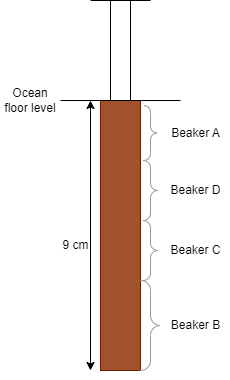
The draw.io diagram Project_IMAU/Journal/Images/Core schematic.png in e-debie/experimental_research_project, before a commit. Source tidied: cells renumbered, new cells last; positions are measured from the earlier drawing's top-left corner, leaving out a move shared by most shapes.
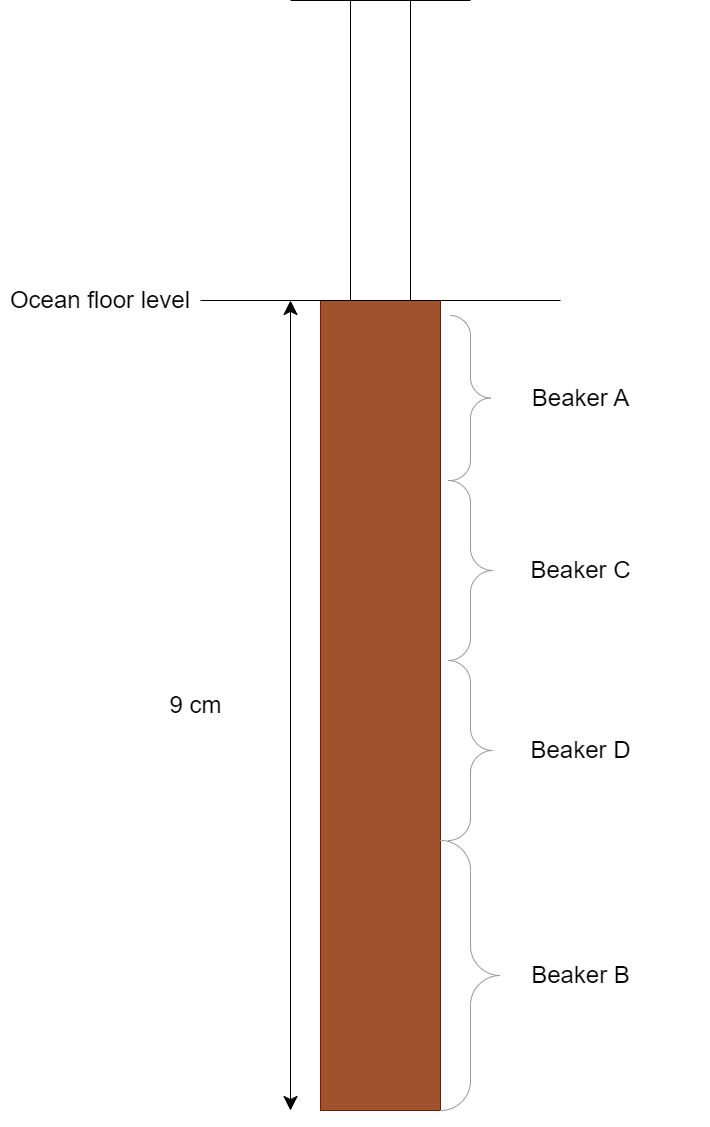
Later version of the same file.

The edit, as a diff of the source:
```diff
@@ -2,62 +2,65 @@
   <root>
     <mxCell id="0" />
     <mxCell id="1" parent="0" />
+    <mxCell id="18" style="group;" parent="1" vertex="1">
+      <mxGeometry width="690" height="1110" as="geometry" />
+    </mxCell>
-    <mxCell id="2" style="edgeStyle=orthogonalEdgeStyle;rounded=0;jettySize=auto;html=1;" parent="1" edge="1" source="3" target="7">
+    <mxCell id="2" style="edgeStyle=orthogonalEdgeStyle;rounded=0;jettySize=auto;html=1;" parent="18" edge="1" source="3" target="7">
       <mxGeometry relative="1" as="geometry" />
     </mxCell>
-    <mxCell id="3" style="rounded=0;whiteSpace=wrap;html=1;fillColor=#a0522d;strokeColor=#6D1F00;fontColor=#ffffff;" parent="1" vertex="1">
-      <mxGeometry x="100" y="100" width="40" height="270" as="geometry" />
+    <mxCell id="3" style="rounded=0;whiteSpace=wrap;html=1;fillColor=#a0522d;strokeColor=#6D1F00;fontColor=#ffffff;" parent="18" vertex="1">
+      <mxGeometry x="300" y="300" width="120" height="810" as="geometry" />
     </mxCell>
-    <mxCell id="4" style="endArrow=classic;startArrow=classic;html=1;rounded=0;" parent="1" edge="1">
+    <mxCell id="4" style="endArrow=classic;startArrow=classic;html=1;rounded=0;endSize=12;startSize=12;" parent="18" edge="1">
       <mxGeometry relative="1" as="geometry">
-        <mxPoint x="90" y="370" as="sourcePoint" />
-        <mxPoint x="90" y="100" as="targetPoint" />
+        <mxPoint x="270" y="1110" as="sourcePoint" />
+        <mxPoint x="270" y="300" as="targetPoint" />
       </mxGeometry>
     </mxCell>
-    <mxCell id="5" value="9 cm" style="text;html=1;align=center;verticalAlign=middle;strokeColor=none;fillColor=none;" parent="1" vertex="1">
-      <mxGeometry x="50" y="230" width="50" height="30" as="geometry" />
+    <mxCell id="5" value="&lt;font style=&quot;font-size: 24px;&quot;&gt;9 cm&lt;/font&gt;" style="text;html=1;align=center;verticalAlign=middle;strokeColor=none;fillColor=none;" parent="18" vertex="1">
+      <mxGeometry x="135" y="685" width="80" height="40" as="geometry" />
     </mxCell>
-    <mxCell id="6" style="endArrow=none;html=1;rounded=0;" parent="1" edge="1">
+    <mxCell id="6" style="endArrow=none;html=1;rounded=0;" parent="18" edge="1">
       <mxGeometry relative="1" as="geometry">
-        <mxPoint x="60" y="100" as="sourcePoint" />
-        <mxPoint x="180" y="100" as="targetPoint" />
+        <mxPoint x="180" y="300" as="sourcePoint" />
+        <mxPoint x="540" y="300" as="targetPoint" />
       </mxGeometry>
     </mxCell>
-    <mxCell id="7" style="rounded=0;whiteSpace=wrap;html=1;" parent="1" vertex="1">
-      <mxGeometry x="110" width="20" height="100" as="geometry" />
+    <mxCell id="7" style="rounded=0;whiteSpace=wrap;html=1;" parent="18" vertex="1">
+      <mxGeometry x="330" width="60" height="300" as="geometry" />
     </mxCell>
-    <mxCell id="8" style="endArrow=none;html=1;rounded=0;" parent="1" edge="1">
+    <mxCell id="8" style="endArrow=none;html=1;rounded=0;" parent="18" edge="1">
       <mxGeometry relative="1" as="geometry">
-        <mxPoint x="90" as="sourcePoint" />
-        <mxPoint x="150" as="targetPoint" />
+        <mxPoint x="270" as="sourcePoint" />
+        <mxPoint x="450" as="targetPoint" />
       </mxGeometry>
     </mxCell>
-    <mxCell id="9" style="labelPosition=right;align=left;strokeWidth=1;shape=mxgraph.mockup.markup.curlyBrace;html=1;shadow=0;dashed=0;strokeColor=#999999;direction=north;flipH=1;" parent="1" vertex="1">
-      <mxGeometry x="140" y="280" width="20" height="90" as="geometry" />
+    <mxCell id="9" style="labelPosition=right;align=left;strokeWidth=1;shape=mxgraph.mockup.markup.curlyBrace;html=1;shadow=0;dashed=0;strokeColor=#999999;direction=north;flipH=1;" parent="18" vertex="1">
+      <mxGeometry x="420" y="840" width="60" height="270" as="geometry" />
     </mxCell>
-    <mxCell id="10" style="labelPosition=right;align=left;strokeWidth=1;shape=mxgraph.mockup.markup.curlyBrace;html=1;shadow=0;dashed=0;strokeColor=#999999;direction=north;flipH=1;" parent="1" vertex="1">
-      <mxGeometry x="140" y="220" width="20" height="60" as="geometry" />
+    <mxCell id="10" style="labelPosition=right;align=left;strokeWidth=1;shape=mxgraph.mockup.markup.curlyBrace;html=1;shadow=0;dashed=0;strokeColor=#999999;direction=north;flipH=1;" parent="18" vertex="1">
+      <mxGeometry x="420" y="660" width="60" height="180" as="geometry" />
     </mxCell>
-    <mxCell id="11" style="labelPosition=right;align=left;strokeWidth=1;shape=mxgraph.mockup.markup.curlyBrace;html=1;shadow=0;dashed=0;strokeColor=#999999;direction=north;flipH=1;" parent="1" vertex="1">
-      <mxGeometry x="140" y="160" width="20" height="60" as="geometry" />
+    <mxCell id="11" style="labelPosition=right;align=left;strokeWidth=1;shape=mxgraph.mockup.markup.curlyBrace;html=1;shadow=0;dashed=0;strokeColor=#999999;direction=north;flipH=1;" parent="18" vertex="1">
+      <mxGeometry x="420" y="480" width="60" height="180" as="geometry" />
     </mxCell>
-    <mxCell id="12" style="labelPosition=right;align=left;strokeWidth=1;shape=mxgraph.mockup.markup.curlyBrace;html=1;shadow=0;dashed=0;strokeColor=#999999;direction=north;flipH=1;" parent="1" vertex="1">
-      <mxGeometry x="140" y="105" width="20" height="55" as="geometry" />
+    <mxCell id="12" style="labelPosition=right;align=left;strokeWidth=1;shape=mxgraph.mockup.markup.curlyBrace;html=1;shadow=0;dashed=0;strokeColor=#999999;direction=north;flipH=1;" parent="18" vertex="1">
+      <mxGeometry x="420" y="315" width="60" height="165" as="geometry" />
     </mxCell>
-    <mxCell id="13" value="Beaker B" style="text;html=1;align=center;verticalAlign=middle;strokeColor=none;fillColor=none;" parent="1" vertex="1">
-      <mxGeometry x="160" y="310" width="70" height="30" as="geometry" />
+    <mxCell id="13" value="&lt;font style=&quot;font-size: 24px;&quot;&gt;Beaker B&lt;/font&gt;" style="text;html=1;align=center;verticalAlign=middle;strokeColor=none;fillColor=none;" parent="18" vertex="1">
+      <mxGeometry x="500" y="955" width="120" height="40" as="geometry" />
     </mxCell>
-    <mxCell id="14" value="Beaker C&lt;span style=&quot;color: rgba(0, 0, 0, 0); font-family: monospace; font-size: 0px; text-align: start;&quot;&gt;%3CmxGraphModel%3E%3Croot%3E%3CmxCell%20id%3D%220%22%2F%3E%3CmxCell%20id%3D%221%22%20parent%3D%220%22%2F%3E%3CmxCell%20id%3D%222%22%20value%3D%22Beaker%20B%22%20style%3D%22text%3Bhtml%3D1%3Balign%3Dcenter%3BverticalAlign%3Dmiddle%3Bresizable%3D0%3Bpoints%3D%5B%5D%3Bautosize%3D1%3BstrokeColor%3Dnone%3BfillColor%3Dnone%3B%22%20vertex%3D%221%22%20parent%3D%221%22%3E%3CmxGeometry%20x%3D%22580%22%20y%3D%22330%22%20width%3D%2270%22%20height%3D%2230%22%20as%3D%22geometry%22%2F%3E%3C%2FmxCell%3E%3C%2Froot%3E%3C%2FmxGraphModel%3E&lt;/span&gt;" style="text;html=1;align=center;verticalAlign=middle;strokeColor=none;fillColor=none;" parent="1" vertex="1">
-      <mxGeometry x="160" y="235" width="70" height="30" as="geometry" />
+    <mxCell id="14" value="&lt;font style=&quot;font-size: 24px;&quot;&gt;Beaker D&lt;/font&gt;" style="text;html=1;align=center;verticalAlign=middle;strokeColor=none;fillColor=none;" parent="18" vertex="1">
+      <mxGeometry x="500" y="730" width="120" height="40" as="geometry" />
     </mxCell>
-    <mxCell id="15" value="Beaker D" style="text;html=1;align=center;verticalAlign=middle;strokeColor=none;fillColor=none;" parent="1" vertex="1">
-      <mxGeometry x="160" y="175" width="70" height="30" as="geometry" />
+    <mxCell id="15" value="&lt;font style=&quot;font-size: 24px;&quot;&gt;Beaker C&lt;/font&gt;" style="text;html=1;align=center;verticalAlign=middle;strokeColor=none;fillColor=none;" parent="18" vertex="1">
+      <mxGeometry x="500" y="550" width="120" height="40" as="geometry" />
     </mxCell>
-    <mxCell id="16" value="Beaker A" style="text;html=1;align=center;verticalAlign=middle;strokeColor=none;fillColor=none;" parent="1" vertex="1">
-      <mxGeometry x="160" y="117.5" width="70" height="30" as="geometry" />
+    <mxCell id="16" value="&lt;font style=&quot;font-size: 24px;&quot;&gt;Beaker A&lt;/font&gt;" style="text;html=1;align=center;verticalAlign=middle;strokeColor=none;fillColor=none;" parent="18" vertex="1">
+      <mxGeometry x="500" y="377.5" width="120" height="40" as="geometry" />
     </mxCell>
-    <mxCell id="17" value="Ocean floor level" style="text;html=1;align=center;verticalAlign=middle;whiteSpace=wrap;rounded=0;" parent="1" vertex="1">
-      <mxGeometry y="85" width="60" height="30" as="geometry" />
+    <mxCell id="17" value="&lt;font style=&quot;font-size: 24px;&quot;&gt;Ocean floor level&lt;/font&gt;" style="text;html=1;align=center;verticalAlign=middle;whiteSpace=wrap;rounded=0;" parent="18" vertex="1">
+      <mxGeometry x="-20" y="255" width="200" height="90" as="geometry" />
     </mxCell>
   </root>
 </mxGraphModel>
```
